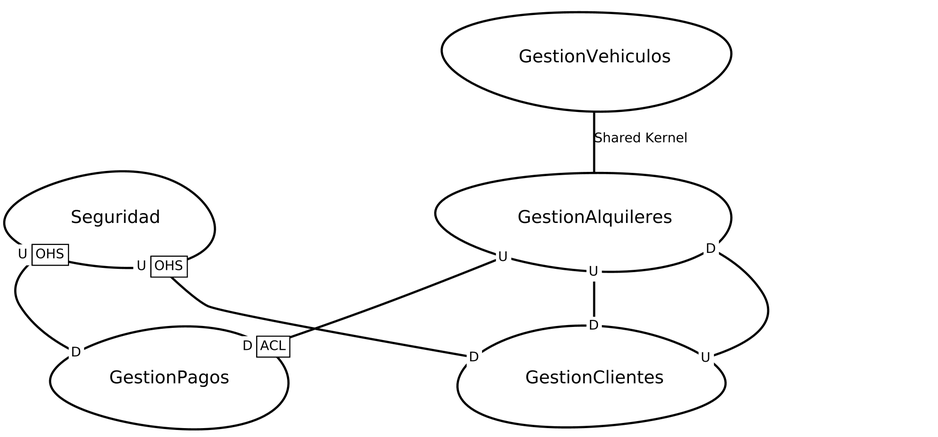
Earlier version of the Graphviz export src-gen/systemalquiler_ContextMap.png (Henry-AbantoV/cmAlquiler). Its source is kept beside it as src-gen/systemalquiler_ContextMap.gv.
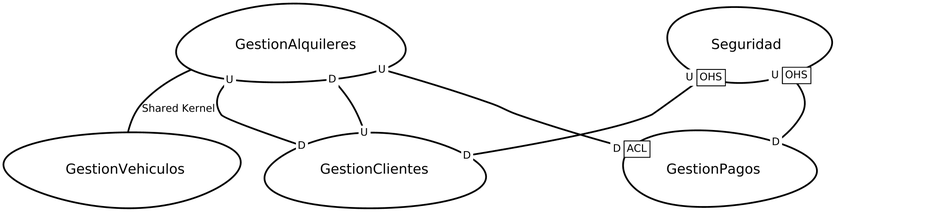
The same diagram one commit later.

What changed in the source:
```diff
@@ -1,26 +1,26 @@
 digraph "ContextMapGraph" {
 graph ["imagepath"="/tmp/GraphvizJava"]
-"GestionAlquileres" ["margin"="0.3","orientation"="42","shape"="egg","fontsize"="16","style"="bold","label"="GestionAlquileres\n","fontname"="sans-serif"]
-"GestionClientes" ["margin"="0.3","orientation"="175","shape"="egg","fontsize"="16","style"="bold","label"="GestionClientes\n","fontname"="sans-serif"]
-"GestionPagos" ["margin"="0.3","orientation"="293","shape"="egg","fontsize"="16","style"="bold","label"="GestionPagos\n","fontname"="sans-serif"]
-"GestionVehiculos" ["margin"="0.3","orientation"="76","shape"="egg","fontsize"="16","style"="bold","label"="GestionVehiculos\n","fontname"="sans-serif"]
-"Seguridad" ["margin"="0.3","orientation"="140","shape"="egg","fontsize"="16","style"="bold","label"="Seguridad\n","fontname"="sans-serif"]
+"GestionAlquileres" ["margin"="0.3","orientation"="206","shape"="egg","fontsize"="16","style"="bold","label"="GestionAlquileres\n","fontname"="sans-serif"]
+"GestionPagos" ["margin"="0.3","orientation"="277","shape"="egg","fontsize"="16","style"="bold","label"="GestionPagos\n","fontname"="sans-serif"]
+"GestionClientes" ["margin"="0.3","orientation"="26","shape"="egg","fontsize"="16","style"="bold","label"="GestionClientes\n","fontname"="sans-serif"]
+"GestionVehiculos" ["margin"="0.3","orientation"="317","shape"="egg","fontsize"="16","style"="bold","label"="GestionVehiculos\n","fontname"="sans-serif"]
+"Seguridad" ["margin"="0.3","orientation"="80","shape"="egg","fontsize"="16","style"="bold","label"="Seguridad\n","fontname"="sans-serif"]
+"GestionAlquileres" -> "GestionPagos" ["headlabel"=<<table cellspacing="0" cellborder="1" border="0">
+<tr><td bgcolor="white" sides="r">D</td><td sides="trbl" bgcolor="white"><font>ACL</font></td></tr>
+</table>>,"labeldistance"="0","fontsize"="12","taillabel"=<<table cellspacing="0" cellborder="0" border="0">
+<tr><td bgcolor="white">U</td></tr>
+</table>>,"style"="bold","label"="                                        ","dir"="none","fontname"="sans-serif"]
 "GestionAlquileres" -> "GestionClientes" ["headlabel"=<<table cellspacing="0" cellborder="0" border="0">
 <tr><td bgcolor="white">D</td></tr>
 </table>>,"labeldistance"="0","fontsize"="12","taillabel"=<<table cellspacing="0" cellborder="0" border="0">
 <tr><td bgcolor="white">U</td></tr>
 </table>>,"style"="bold","label"="                                        ","dir"="none","fontname"="sans-serif"]
-"GestionAlquileres" -> "GestionPagos" ["headlabel"=<<table cellspacing="0" cellborder="1" border="0">
-<tr><td bgcolor="white" sides="r">D</td><td sides="trbl" bgcolor="white"><font>ACL</font></td></tr>
-</table>>,"labeldistance"="0","fontsize"="12","taillabel"=<<table cellspacing="0" cellborder="0" border="0">
-<tr><td bgcolor="white">U</td></tr>
-</table>>,"style"="bold","label"="                                        ","dir"="none","fontname"="sans-serif"]
+"GestionAlquileres" -> "GestionVehiculos" ["fontsize"="12","style"="bold","label"="Shared Kernel","dir"="none","fontname"="sans-serif"]
 "GestionClientes" -> "GestionAlquileres" ["headlabel"=<<table cellspacing="0" cellborder="0" border="0">
 <tr><td bgcolor="white">D</td></tr>
 </table>>,"labeldistance"="0","fontsize"="12","taillabel"=<<table cellspacing="0" cellborder="0" border="0">
 <tr><td bgcolor="white">U</td></tr>
 </table>>,"style"="bold","label"="                                        ","dir"="none","fontname"="sans-serif"]
-"GestionVehiculos" -> "GestionAlquileres" ["fontsize"="12","style"="bold","label"="Shared Kernel","dir"="none","fontname"="sans-serif"]
 "Seguridad" -> "GestionClientes" ["headlabel"=<<table cellspacing="0" cellborder="0" border="0">
 <tr><td bgcolor="white">D</td></tr>
 </table>>,"labeldistance"="0","fontsize"="12","taillabel"=<<table cellspacing="0" cellborder="1" border="0">
```
